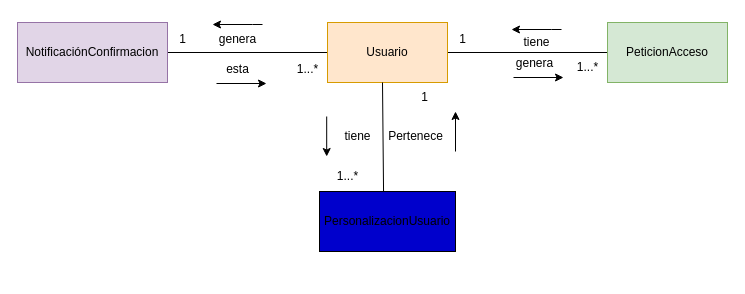
The draw.io diagram page "AnemicModelUsers" (10 of 13) of CoTasker_BoundedContext.drawio in Migue1409-KP/DOO-working-group, before the edit. Source tidied: cells renumbered, new cells numbered last; positions are measured from the earlier drawing's top-left corner, leaving out a move shared by most shapes. Both pictures are drawn from the tidied source at 100%, with x=0, y=0 at pixel (17, 22).
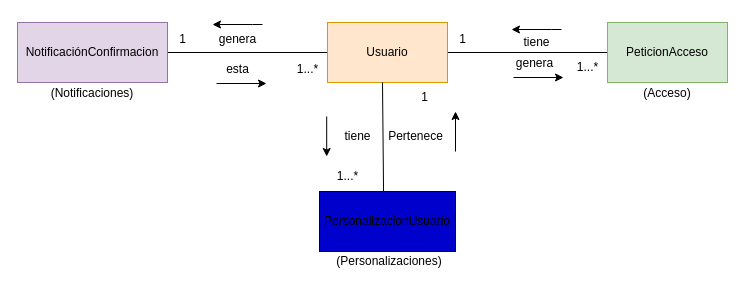
The same page after the edit.

Diff of the diagram source:
```diff
@@
+    <mxCell id="27" value="(Acceso)" style="text;html=1;strokeColor=none;fillColor=none;align=center;verticalAlign=middle;whiteSpace=wrap;rounded=0;" parent="1" vertex="1">
+      <mxGeometry x="620" y="56" width="60" height="30" as="geometry" />
+    </mxCell>
+    <mxCell id="28" value="(Personalizaciones)" style="text;html=1;strokeColor=none;fillColor=none;align=center;verticalAlign=middle;whiteSpace=wrap;rounded=0;" parent="1" vertex="1">
+      <mxGeometry x="342" y="224" width="60" height="30" as="geometry" />
+    </mxCell>
+    <mxCell id="29" value="(Notificaciones)" style="text;html=1;strokeColor=none;fillColor=none;align=center;verticalAlign=middle;whiteSpace=wrap;rounded=0;" parent="1" vertex="1">
+      <mxGeometry x="45" y="56" width="60" height="30" as="geometry" />
+    </mxCell>
```
